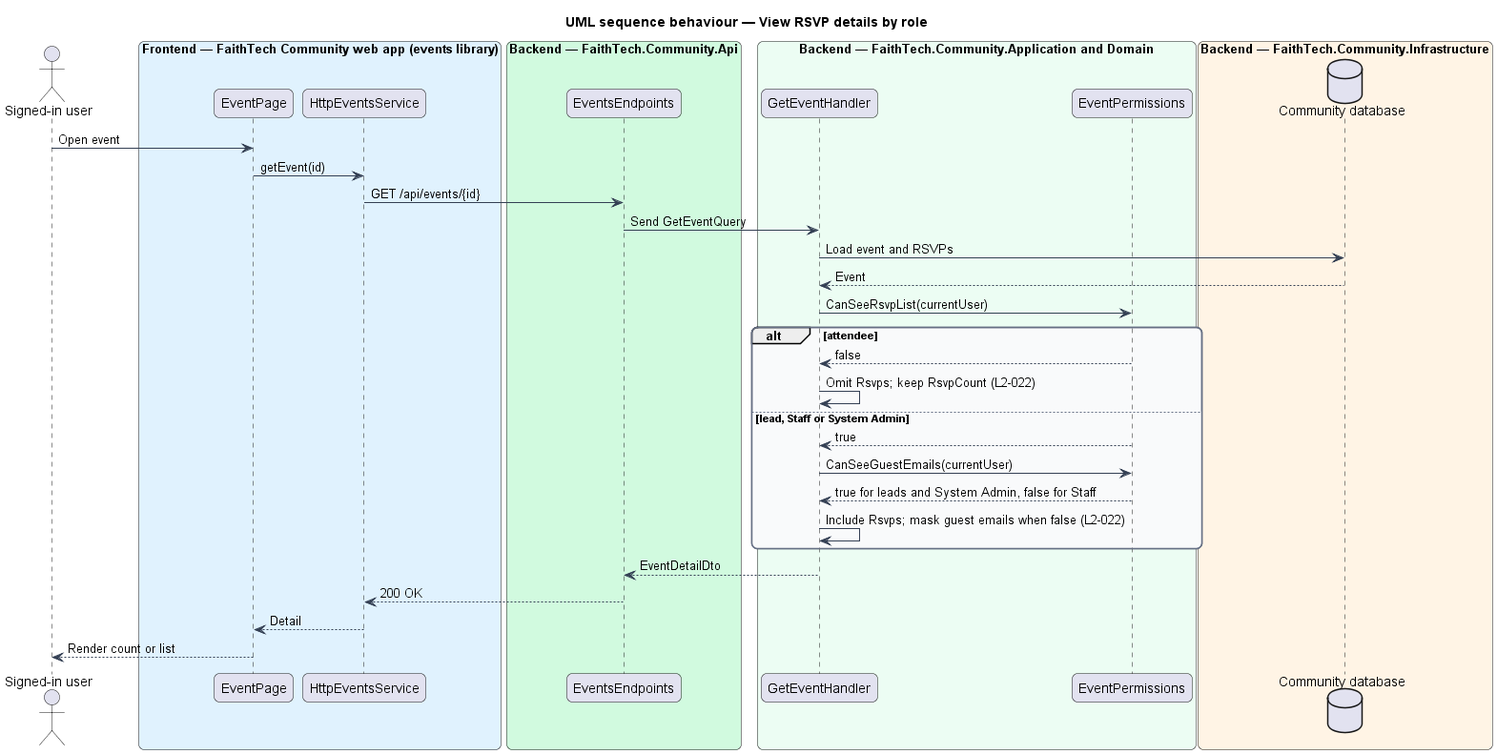
This is docs/detailed-designs/events/rsvp/diagrams/sequence-view-rsvps.png from QuinntyneBrown/faithtech-community, a PlantUML export, as it was before one commit.
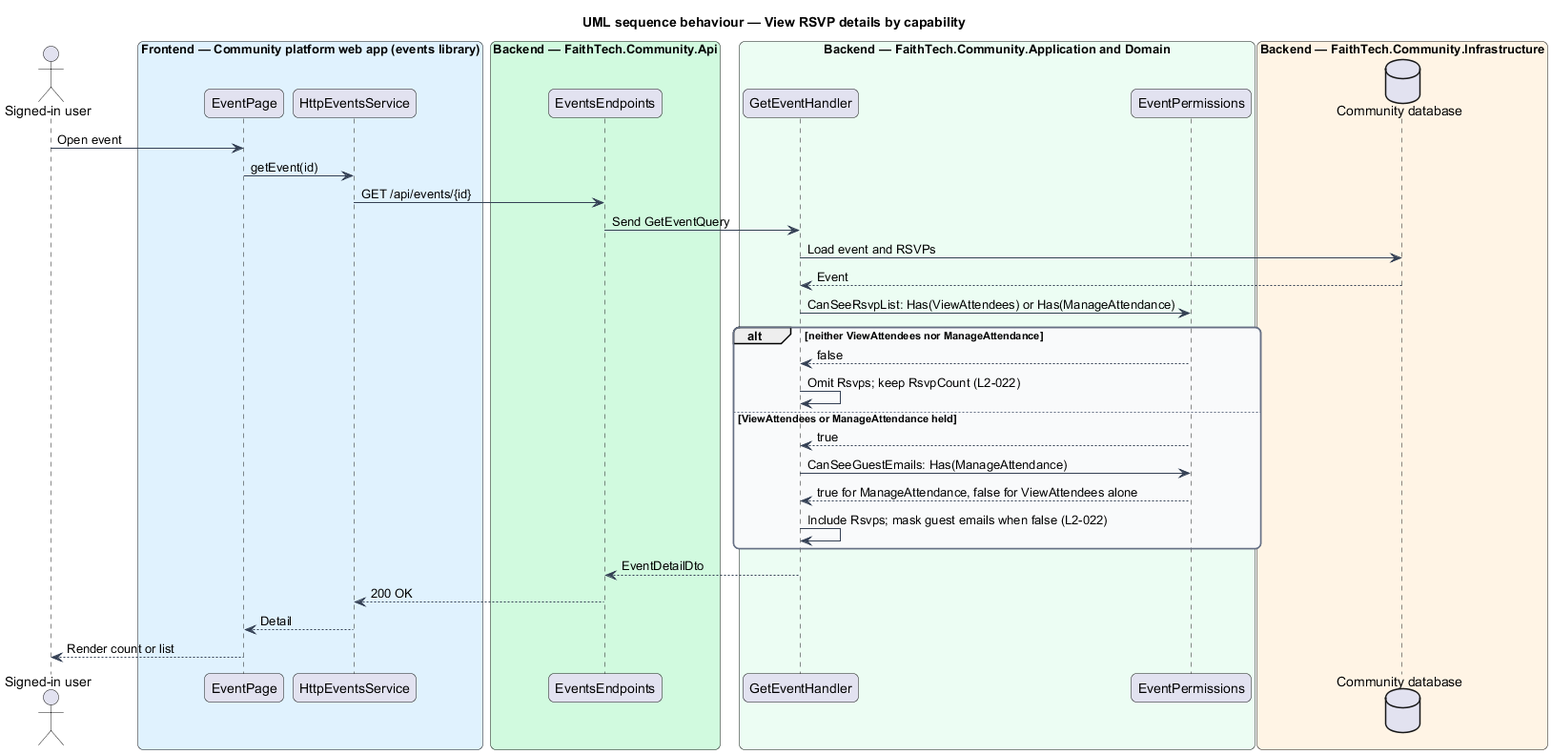
The same file after the commit.

Diff of the diagram source:
```diff
@@ -1,5 +1,5 @@
 @startuml
-title UML sequence behaviour — View RSVP details by role
+title UML sequence behaviour — View RSVP details by capability
 skinparam backgroundColor #FFFFFF
 skinparam shadowing false
 skinparam roundcorner 12
@@ -15,7 +15,7 @@
   BackgroundColor #F9FAFB
 }
 actor "Signed-in user" as actor
-box "Frontend — FaithTech Community web app (events library)" #E0F2FE
+box "Frontend — Community platform web app (events library)" #E0F2FE
   participant "EventPage" as page
   participant "HttpEventsService" as svc
 end box
@@ -36,14 +36,14 @@
 ep -> h : Send GetEventQuery
 h -> db : Load event and RSVPs
 db --> h : Event
-h -> perm : CanSeeRsvpList(currentUser)
-alt attendee
+h -> perm : CanSeeRsvpList: Has(ViewAttendees) or Has(ManageAttendance)
+alt neither ViewAttendees nor ManageAttendance
   perm --> h : false
   h -> h : Omit Rsvps; keep RsvpCount (L2-022)
-else lead, Staff or System Admin
+else ViewAttendees or ManageAttendance held
   perm --> h : true
-  h -> perm : CanSeeGuestEmails(currentUser)
-  perm --> h : true for leads and System Admin, false for Staff
+  h -> perm : CanSeeGuestEmails: Has(ManageAttendance)
+  perm --> h : true for ManageAttendance, false for ViewAttendees alone
   h -> h : Include Rsvps; mask guest emails when false (L2-022)
 end
 h --> ep : EventDetailDto
```
